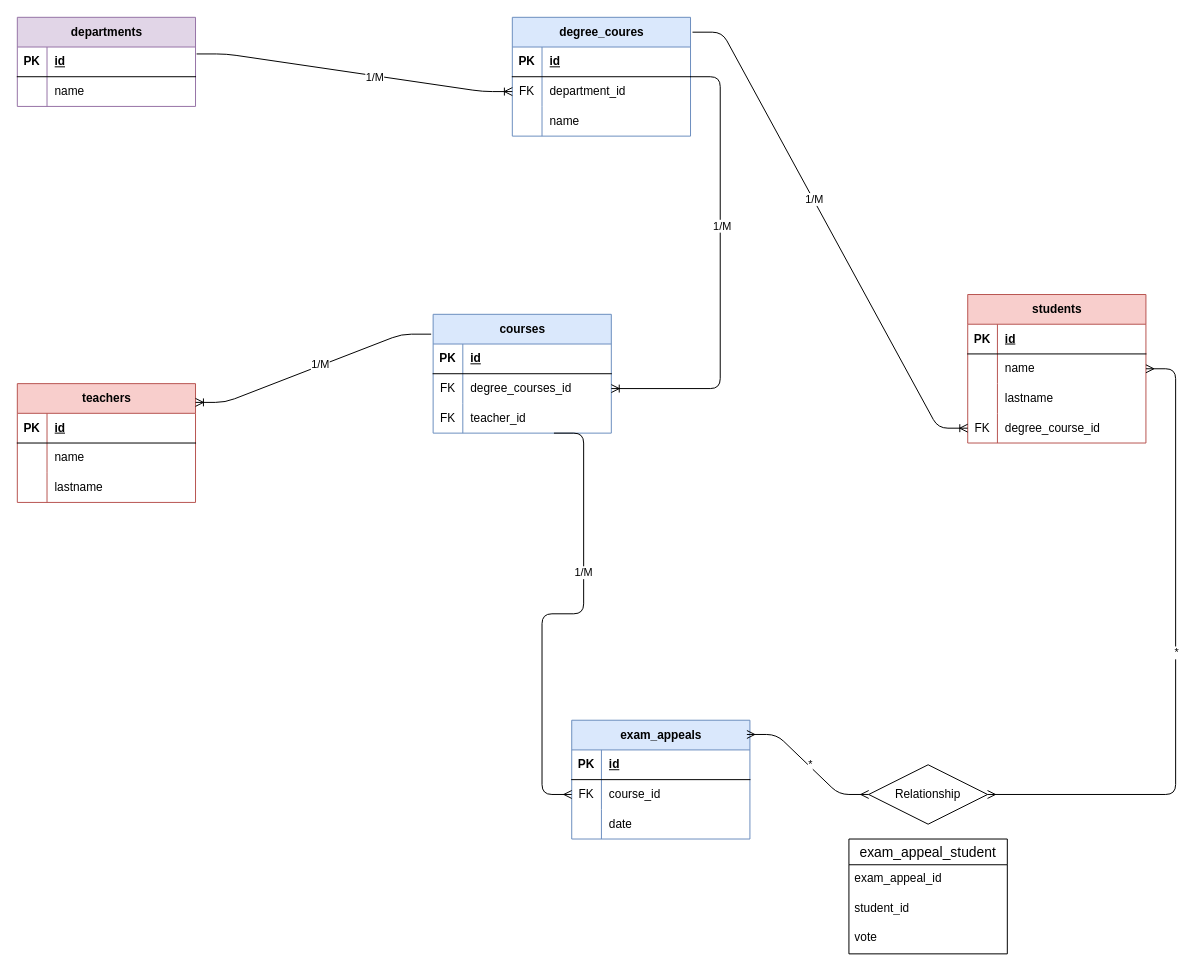
The draw.io diagram univeristy.drawio in mattiacoli/db-university, before the edit. Source tidied: cells renumbered, new cells numbered last; positions are measured from the earlier drawing's top-left corner, leaving out a move shared by most shapes. Both pictures are drawn from the tidied source at 99%, with x=0, y=0 at pixel (17, -448).
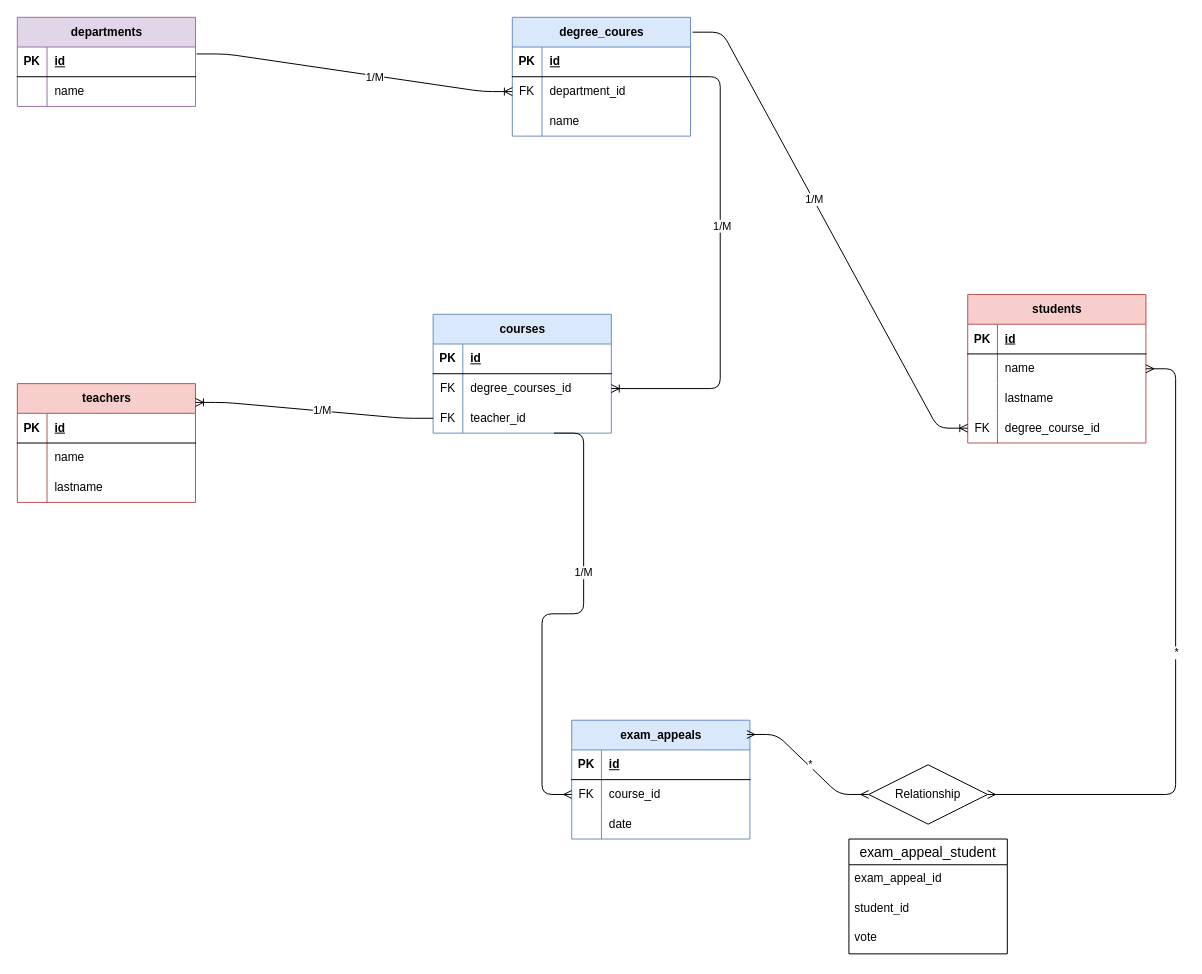
After the change.

Commit message (it also covers changes not shown here):
Add SQL query exercises and update university diagram

- Created a new markdown file with SQL query exercises related to students, courses, and departments.

The change refers to these unchanged cells:
```xml
<mxCell id="20" value="courses" style="shape=table;startSize=30;childLayout=tableLayout;rowLines=0;fontStyle=1;align=center;html=1;fillColor=#dae8fc;strokeColor=#6c8ebf;" parent="1" vertex="1">
  <mxGeometry x="420" y="770" width="180" height="120" as="geometry" />
</mxCell>
<mxCell id="27" style="shape=tableRow;horizontal=0;startSize=0;swimlaneHead=0;swimlaneBody=0;fillColor=none;points=[[0,0.5],[1,0.5]];portConstraint=eastwest;top=0;left=0;right=0;bottom=0;" parent="20" vertex="1">
  <mxGeometry y="90" width="180" height="30" as="geometry" />
</mxCell>
<mxCell id="32" value="teachers" style="shape=table;startSize=30;childLayout=tableLayout;rowLines=0;fontStyle=1;align=center;html=1;fillColor=#f8cecc;strokeColor=#b85450;" parent="1" vertex="1">
  <mxGeometry y="840" width="180" height="120" as="geometry" />
</mxCell>
```

Change to the diagram source:
```diff
@@
-    <mxCell id="78" style="edgeStyle=entityRelationEdgeStyle;fontSize=12;html=1;endArrow=ERoneToMany;exitX=-0.011;exitY=0.167;exitDx=0;exitDy=0;exitPerimeter=0;entryX=1;entryY=0.158;entryDx=0;entryDy=0;entryPerimeter=0;" parent="1" edge="1" source="20" target="32">
+    <mxCell id="78" style="edgeStyle=entityRelationEdgeStyle;fontSize=12;html=1;endArrow=ERoneToMany;entryX=1;entryY=0.158;entryDx=0;entryDy=0;entryPerimeter=0;" parent="1" edge="1" source="27" target="32">
       <mxGeometry relative="1" as="geometry" />
     </mxCell>
```
